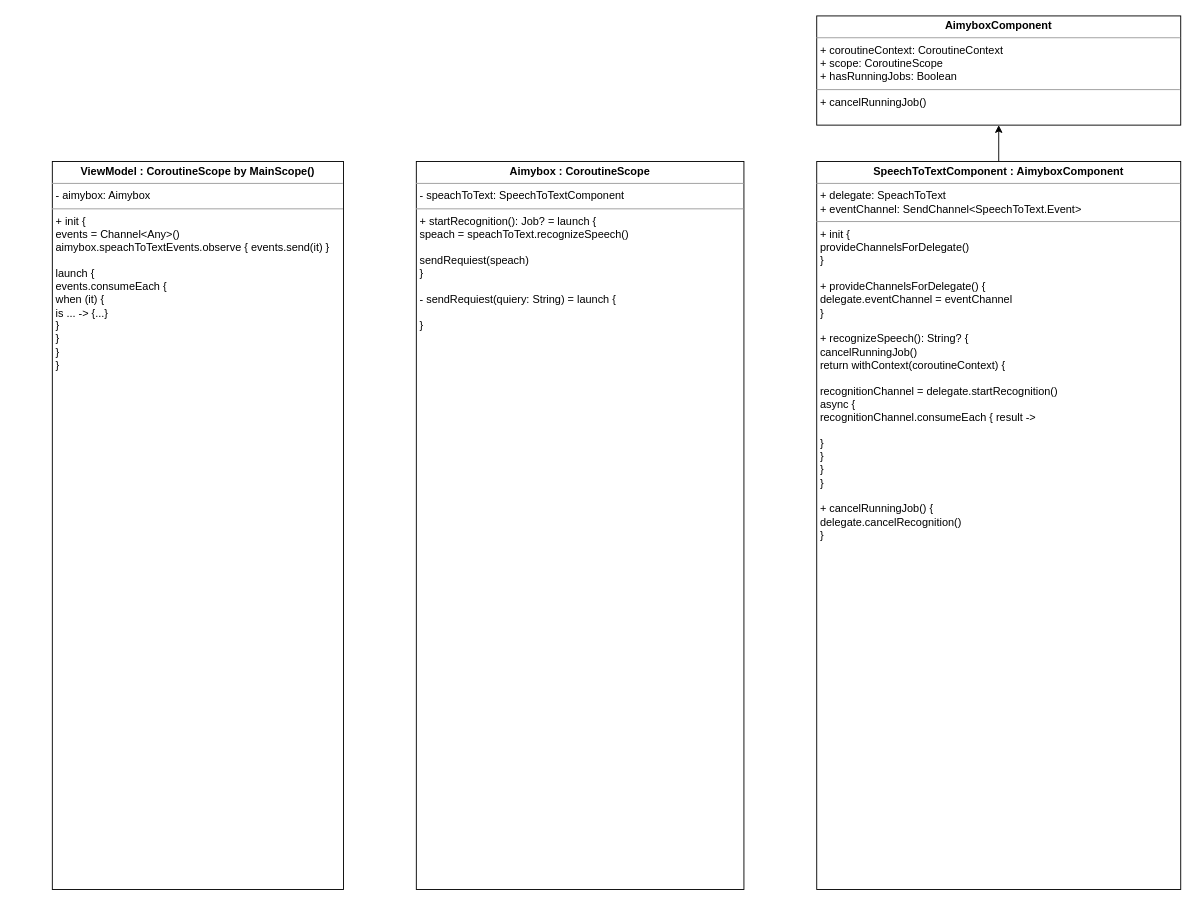
The draw.io diagram AudioRecord.drawio in ShiryaevNikolay/diagrams, before the edit. Source tidied: cells renumbered, new cells numbered last; positions are measured from the earlier drawing's top-left corner, leaving out a move shared by most shapes. Both pictures are drawn from the tidied source at 91%, with x=0, y=0 at pixel (52, 15).
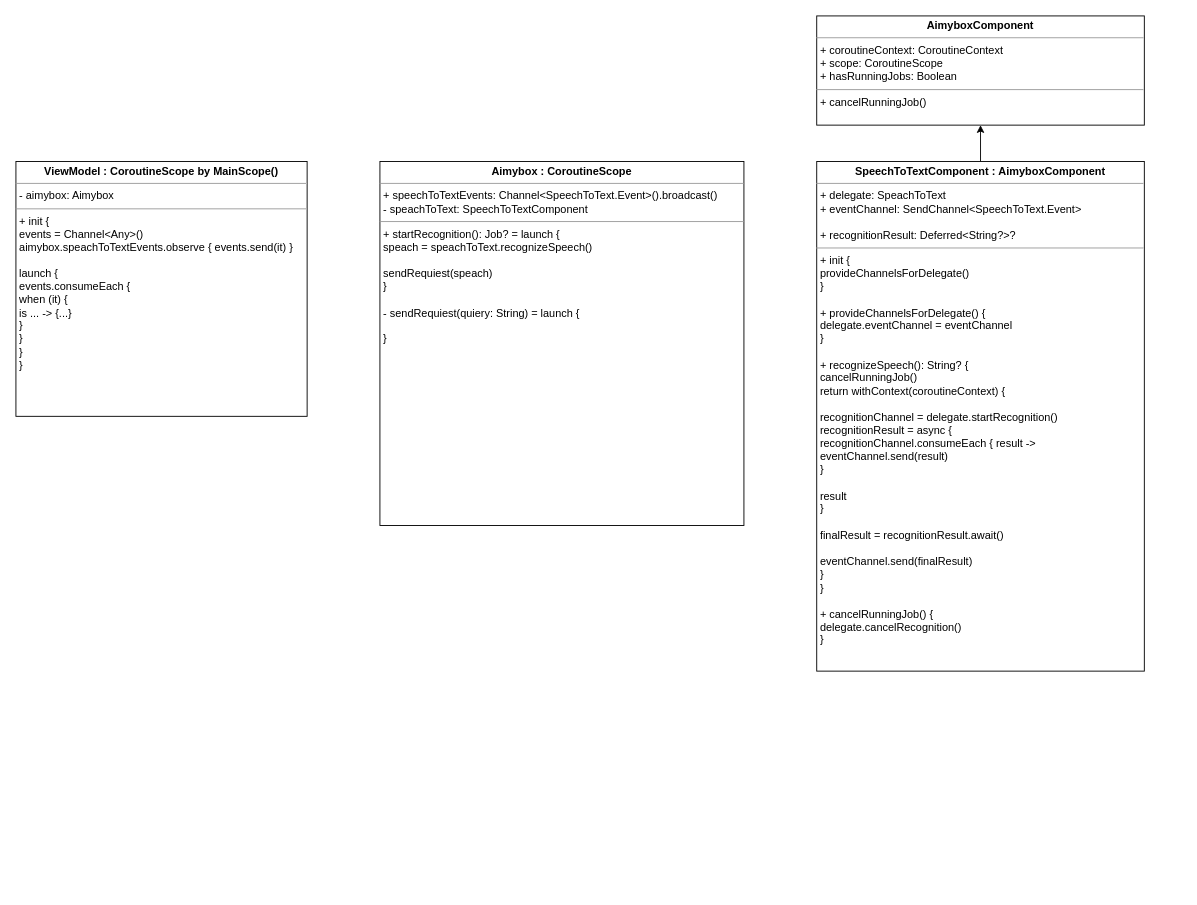
The same page after the edit.

What changed in the source:
```diff
@@
 <mxGraphModel>
   <root>
     <mxCell id="0" />
     <mxCell id="1" parent="0" />
     <mxCell id="2" value="&lt;p style=&quot;margin:0px;margin-top:4px;text-align:center;&quot;&gt;&lt;b&gt;ViewModel :&amp;nbsp;&lt;/b&gt;&lt;b style=&quot;background-color: initial;&quot;&gt;CoroutineScope by MainScope()&lt;/b&gt;&lt;/p&gt;&lt;hr size=&quot;1&quot;&gt;&lt;p style=&quot;margin:0px;margin-left:4px;&quot;&gt;-&amp;nbsp;aimybox: Aimybox&lt;/p&gt;&lt;hr size=&quot;1&quot;&gt;&lt;p style=&quot;margin:0px;margin-left:4px;&quot;&gt;+ init {&lt;/p&gt;&lt;p style=&quot;margin:0px;margin-left:4px;&quot;&gt;events = Channel&amp;lt;Any&amp;gt;()&lt;/p&gt;&lt;p style=&quot;margin:0px;margin-left:4px;&quot;&gt;aimybox.speachToTextEvents.observe { events.send(it) }&lt;br&gt;&lt;/p&gt;&lt;p style=&quot;margin:0px;margin-left:4px;&quot;&gt;&lt;br&gt;&lt;/p&gt;&lt;p style=&quot;margin:0px;margin-left:4px;&quot;&gt;launch {&lt;/p&gt;&lt;p style=&quot;margin:0px;margin-left:4px;&quot;&gt;events.consumeEach {&lt;/p&gt;&lt;p style=&quot;margin:0px;margin-left:4px;&quot;&gt;when (it) {&lt;/p&gt;&lt;p style=&quot;margin:0px;margin-left:4px;&quot;&gt;is ... -&amp;gt; {...}&lt;/p&gt;&lt;p style=&quot;margin:0px;margin-left:4px;&quot;&gt;}&lt;/p&gt;&lt;p style=&quot;margin:0px;margin-left:4px;&quot;&gt;}&lt;/p&gt;&lt;p style=&quot;margin:0px;margin-left:4px;&quot;&gt;}&lt;/p&gt;&lt;p style=&quot;margin:0px;margin-left:4px;&quot;&gt;}&lt;/p&gt;" style="verticalAlign=top;align=left;overflow=fill;fontSize=12;fontFamily=Helvetica;html=1;" parent="1" vertex="1">
-      <mxGeometry y="160" width="320" height="800" as="geometry" />
+      <mxGeometry x="-40" y="160" width="320" height="280" as="geometry" />
     </mxCell>
-    <mxCell id="3" value="&lt;p style=&quot;margin:0px;margin-top:4px;text-align:center;&quot;&gt;&lt;b&gt;Aimybox&amp;nbsp;&lt;/b&gt;&lt;b style=&quot;background-color: initial;&quot;&gt;: CoroutineScope&lt;/b&gt;&lt;/p&gt;&lt;hr size=&quot;1&quot;&gt;&lt;p style=&quot;margin:0px;margin-left:4px;&quot;&gt;- speachToText: SpeechToTextComponent&lt;/p&gt;&lt;hr size=&quot;1&quot;&gt;&lt;p style=&quot;margin:0px;margin-left:4px;&quot;&gt;+ startRecognition(): Job? =&amp;nbsp;&lt;span style=&quot;background-color: initial;&quot;&gt;launch {&lt;/span&gt;&lt;/p&gt;&lt;p style=&quot;margin:0px;margin-left:4px;&quot;&gt;speach =&amp;nbsp;speachToText.recognizeSpeech()&lt;/p&gt;&lt;p style=&quot;margin:0px;margin-left:4px;&quot;&gt;&lt;br&gt;&lt;/p&gt;&lt;p style=&quot;margin:0px;margin-left:4px;&quot;&gt;sendRequiest(speach)&lt;/p&gt;&lt;p style=&quot;margin:0px;margin-left:4px;&quot;&gt;}&lt;/p&gt;&lt;p style=&quot;margin:0px;margin-left:4px;&quot;&gt;&lt;br&gt;&lt;/p&gt;&lt;p style=&quot;margin:0px;margin-left:4px;&quot;&gt;- sendRequiest(quiery: String) = launch {&lt;/p&gt;&lt;p style=&quot;margin:0px;margin-left:4px;&quot;&gt;&lt;br&gt;&lt;/p&gt;&lt;p style=&quot;margin:0px;margin-left:4px;&quot;&gt;}&lt;/p&gt;" style="verticalAlign=top;align=left;overflow=fill;fontSize=12;fontFamily=Helvetica;html=1;" parent="1" vertex="1">
-      <mxGeometry x="400" y="160" width="360" height="800" as="geometry" />
+    <mxCell id="3" value="&lt;p style=&quot;margin:0px;margin-top:4px;text-align:center;&quot;&gt;&lt;b&gt;Aimybox&amp;nbsp;&lt;/b&gt;&lt;b style=&quot;background-color: initial;&quot;&gt;: CoroutineScope&lt;/b&gt;&lt;/p&gt;&lt;hr size=&quot;1&quot;&gt;&lt;p style=&quot;margin:0px;margin-left:4px;&quot;&gt;+&amp;nbsp;speechToTextEvents: Channel&amp;lt;SpeechToText.Event&amp;gt;().broadcast()&lt;/p&gt;&lt;p style=&quot;margin:0px;margin-left:4px;&quot;&gt;- speachToText: SpeechToTextComponent&lt;/p&gt;&lt;hr size=&quot;1&quot;&gt;&lt;p style=&quot;margin:0px;margin-left:4px;&quot;&gt;+ startRecognition(): Job? =&amp;nbsp;&lt;span style=&quot;background-color: initial;&quot;&gt;launch {&lt;/span&gt;&lt;/p&gt;&lt;p style=&quot;margin:0px;margin-left:4px;&quot;&gt;speach =&amp;nbsp;speachToText.recognizeSpeech()&lt;/p&gt;&lt;p style=&quot;margin:0px;margin-left:4px;&quot;&gt;&lt;br&gt;&lt;/p&gt;&lt;p style=&quot;margin:0px;margin-left:4px;&quot;&gt;sendRequiest(speach)&lt;/p&gt;&lt;p style=&quot;margin:0px;margin-left:4px;&quot;&gt;}&lt;/p&gt;&lt;p style=&quot;margin:0px;margin-left:4px;&quot;&gt;&lt;br&gt;&lt;/p&gt;&lt;p style=&quot;margin:0px;margin-left:4px;&quot;&gt;- sendRequiest(quiery: String) = launch {&lt;/p&gt;&lt;p style=&quot;margin:0px;margin-left:4px;&quot;&gt;&lt;br&gt;&lt;/p&gt;&lt;p style=&quot;margin:0px;margin-left:4px;&quot;&gt;}&lt;/p&gt;" style="verticalAlign=top;align=left;overflow=fill;fontSize=12;fontFamily=Helvetica;html=1;" parent="1" vertex="1">
+      <mxGeometry x="360" y="160" width="400" height="400" as="geometry" />
     </mxCell>
     <mxCell id="4" style="edgeStyle=orthogonalEdgeStyle;rounded=0;jettySize=auto;html=1;" parent="1" edge="1" source="5" target="6">
       <mxGeometry relative="1" as="geometry" />
     </mxCell>
-    <mxCell id="5" value="&lt;p style=&quot;margin:0px;margin-top:4px;text-align:center;&quot;&gt;&lt;b&gt;SpeechToTextComponent :&amp;nbsp;&lt;/b&gt;&lt;b style=&quot;background-color: initial;&quot;&gt;AimyboxComponent&lt;/b&gt;&lt;/p&gt;&lt;hr size=&quot;1&quot;&gt;&lt;p style=&quot;margin:0px;margin-left:4px;&quot;&gt;+ delegate: SpeachToText&lt;/p&gt;&lt;p style=&quot;margin:0px;margin-left:4px;&quot;&gt;+&amp;nbsp;eventChannel: SendChannel&amp;lt;SpeechToText.Event&amp;gt;&lt;/p&gt;&lt;hr size=&quot;1&quot;&gt;&lt;p style=&quot;margin:0px;margin-left:4px;&quot;&gt;+ init {&lt;/p&gt;&lt;p style=&quot;margin:0px;margin-left:4px;&quot;&gt;provideChannelsForDelegate()&lt;br&gt;&lt;/p&gt;&lt;p style=&quot;margin:0px;margin-left:4px;&quot;&gt;}&lt;/p&gt;&lt;p style=&quot;margin:0px;margin-left:4px;&quot;&gt;&lt;br&gt;&lt;/p&gt;&lt;p style=&quot;margin:0px;margin-left:4px;&quot;&gt;+&amp;nbsp;provideChannelsForDelegate() {&lt;/p&gt;&lt;p style=&quot;margin:0px;margin-left:4px;&quot;&gt;delegate.eventChannel = eventChannel&lt;br&gt;&lt;/p&gt;&lt;p style=&quot;margin:0px;margin-left:4px;&quot;&gt;}&lt;/p&gt;&lt;p style=&quot;margin:0px;margin-left:4px;&quot;&gt;&lt;br&gt;&lt;/p&gt;&lt;p style=&quot;margin:0px;margin-left:4px;&quot;&gt;+&amp;nbsp;recognizeSpeech(): String? {&lt;/p&gt;&lt;p style=&quot;margin:0px;margin-left:4px;&quot;&gt;cancelRunningJob()&lt;br&gt;&lt;/p&gt;&lt;p style=&quot;margin:0px;margin-left:4px;&quot;&gt;return withContext(coroutineContext) {&lt;br&gt;&lt;/p&gt;&lt;p style=&quot;margin:0px;margin-left:4px;&quot;&gt;&lt;br&gt;&lt;/p&gt;&lt;p style=&quot;margin:0px;margin-left:4px;&quot;&gt;recognitionChannel = delegate.startRecognition()&lt;br&gt;&lt;/p&gt;&lt;p style=&quot;margin:0px;margin-left:4px;&quot;&gt;async {&lt;/p&gt;&lt;p style=&quot;margin:0px;margin-left:4px;&quot;&gt;recognitionChannel.consumeEach { result -&amp;gt;&lt;br&gt;&lt;/p&gt;&lt;p style=&quot;margin:0px;margin-left:4px;&quot;&gt;&lt;br&gt;&lt;/p&gt;&lt;p style=&quot;margin:0px;margin-left:4px;&quot;&gt;}&lt;/p&gt;&lt;p style=&quot;margin:0px;margin-left:4px;&quot;&gt;}&lt;/p&gt;&lt;p style=&quot;margin:0px;margin-left:4px;&quot;&gt;}&lt;/p&gt;&lt;p style=&quot;margin:0px;margin-left:4px;&quot;&gt;}&lt;/p&gt;&lt;p style=&quot;margin:0px;margin-left:4px;&quot;&gt;&lt;br&gt;&lt;/p&gt;&lt;p style=&quot;margin:0px;margin-left:4px;&quot;&gt;+&amp;nbsp;cancelRunningJob() {&lt;/p&gt;&lt;p style=&quot;margin:0px;margin-left:4px;&quot;&gt;delegate.cancelRecognition()&lt;/p&gt;&lt;p style=&quot;margin:0px;margin-left:4px;&quot;&gt;}&lt;/p&gt;" style="verticalAlign=top;align=left;overflow=fill;fontSize=12;fontFamily=Helvetica;html=1;" parent="1" vertex="1">
-      <mxGeometry x="840" y="160" width="400" height="800" as="geometry" />
+    <mxCell id="5" value="&lt;p style=&quot;margin:0px;margin-top:4px;text-align:center;&quot;&gt;&lt;b&gt;SpeechToTextComponent :&amp;nbsp;&lt;/b&gt;&lt;b style=&quot;background-color: initial;&quot;&gt;AimyboxComponent&lt;/b&gt;&lt;/p&gt;&lt;hr size=&quot;1&quot;&gt;&lt;p style=&quot;margin:0px;margin-left:4px;&quot;&gt;+ delegate: SpeachToText&lt;/p&gt;&lt;p style=&quot;margin:0px;margin-left:4px;&quot;&gt;+&amp;nbsp;eventChannel: SendChannel&amp;lt;SpeechToText.Event&amp;gt;&lt;/p&gt;&lt;p style=&quot;margin:0px;margin-left:4px;&quot;&gt;&lt;br&gt;&lt;/p&gt;&lt;p style=&quot;margin:0px;margin-left:4px;&quot;&gt;+&amp;nbsp;recognitionResult:&amp;nbsp;Deferred&amp;lt;String?&amp;gt;?&lt;/p&gt;&lt;hr size=&quot;1&quot;&gt;&lt;p style=&quot;margin:0px;margin-left:4px;&quot;&gt;+ init {&lt;/p&gt;&lt;p style=&quot;margin:0px;margin-left:4px;&quot;&gt;provideChannelsForDelegate()&lt;br&gt;&lt;/p&gt;&lt;p style=&quot;margin:0px;margin-left:4px;&quot;&gt;}&lt;/p&gt;&lt;p style=&quot;margin:0px;margin-left:4px;&quot;&gt;&lt;br&gt;&lt;/p&gt;&lt;p style=&quot;margin:0px;margin-left:4px;&quot;&gt;+&amp;nbsp;provideChannelsForDelegate() {&lt;/p&gt;&lt;p style=&quot;margin:0px;margin-left:4px;&quot;&gt;delegate.eventChannel = eventChannel&lt;br&gt;&lt;/p&gt;&lt;p style=&quot;margin:0px;margin-left:4px;&quot;&gt;}&lt;/p&gt;&lt;p style=&quot;margin:0px;margin-left:4px;&quot;&gt;&lt;br&gt;&lt;/p&gt;&lt;p style=&quot;margin:0px;margin-left:4px;&quot;&gt;+&amp;nbsp;recognizeSpeech(): String? {&lt;/p&gt;&lt;p style=&quot;margin:0px;margin-left:4px;&quot;&gt;cancelRunningJob()&lt;br&gt;&lt;/p&gt;&lt;p style=&quot;margin:0px;margin-left:4px;&quot;&gt;return withContext(coroutineContext) {&lt;br&gt;&lt;/p&gt;&lt;p style=&quot;margin:0px;margin-left:4px;&quot;&gt;&lt;br&gt;&lt;/p&gt;&lt;p style=&quot;margin:0px;margin-left:4px;&quot;&gt;recognitionChannel = delegate.startRecognition()&lt;br&gt;&lt;/p&gt;&lt;p style=&quot;margin:0px;margin-left:4px;&quot;&gt;recognitionResult = async {&lt;/p&gt;&lt;p style=&quot;margin:0px;margin-left:4px;&quot;&gt;recognitionChannel.consumeEach { result -&amp;gt;&lt;br&gt;&lt;/p&gt;&lt;p style=&quot;margin:0px;margin-left:4px;&quot;&gt;eventChannel.send(result)&lt;/p&gt;&lt;p style=&quot;margin:0px;margin-left:4px;&quot;&gt;}&lt;/p&gt;&lt;p style=&quot;margin:0px;margin-left:4px;&quot;&gt;&lt;br&gt;&lt;/p&gt;&lt;p style=&quot;margin:0px;margin-left:4px;&quot;&gt;result&lt;/p&gt;&lt;p style=&quot;margin:0px;margin-left:4px;&quot;&gt;}&lt;/p&gt;&lt;p style=&quot;margin:0px;margin-left:4px;&quot;&gt;&lt;br&gt;&lt;/p&gt;&lt;p style=&quot;margin:0px;margin-left:4px;&quot;&gt;finalResult =&amp;nbsp;recognitionResult.await()&lt;/p&gt;&lt;p style=&quot;margin:0px;margin-left:4px;&quot;&gt;&lt;br&gt;&lt;/p&gt;&lt;p style=&quot;margin:0px;margin-left:4px;&quot;&gt;eventChannel.send(finalResult)&lt;/p&gt;&lt;p style=&quot;margin:0px;margin-left:4px;&quot;&gt;}&lt;/p&gt;&lt;p style=&quot;margin:0px;margin-left:4px;&quot;&gt;}&lt;/p&gt;&lt;p style=&quot;margin:0px;margin-left:4px;&quot;&gt;&lt;br&gt;&lt;/p&gt;&lt;p style=&quot;margin:0px;margin-left:4px;&quot;&gt;+&amp;nbsp;cancelRunningJob() {&lt;/p&gt;&lt;p style=&quot;margin:0px;margin-left:4px;&quot;&gt;delegate.cancelRecognition()&lt;/p&gt;&lt;p style=&quot;margin:0px;margin-left:4px;&quot;&gt;}&lt;/p&gt;" style="verticalAlign=top;align=left;overflow=fill;fontSize=12;fontFamily=Helvetica;html=1;" parent="1" vertex="1">
+      <mxGeometry x="840" y="160" width="360" height="560" as="geometry" />
     </mxCell>
     <mxCell id="6" value="&lt;p style=&quot;margin:0px;margin-top:4px;text-align:center;&quot;&gt;&lt;b&gt;AimyboxComponent&lt;/b&gt;&lt;br&gt;&lt;/p&gt;&lt;hr size=&quot;1&quot;&gt;&lt;p style=&quot;margin:0px;margin-left:4px;&quot;&gt;+ coroutineContext:&amp;nbsp;CoroutineContext&lt;/p&gt;&lt;p style=&quot;margin:0px;margin-left:4px;&quot;&gt;+&amp;nbsp;scope: CoroutineScope&lt;/p&gt;&lt;p style=&quot;margin:0px;margin-left:4px;&quot;&gt;+&amp;nbsp;hasRunningJobs: Boolean&lt;/p&gt;&lt;hr size=&quot;1&quot;&gt;&lt;p style=&quot;margin:0px;margin-left:4px;&quot;&gt;+ cancelRunningJob()&lt;/p&gt;" style="verticalAlign=top;align=left;overflow=fill;fontSize=12;fontFamily=Helvetica;html=1;" parent="1" vertex="1">
-      <mxGeometry x="840" width="400" height="120" as="geometry" />
+      <mxGeometry x="840" width="360" height="120" as="geometry" />
     </mxCell>
   </root>
 </mxGraphModel>
```
